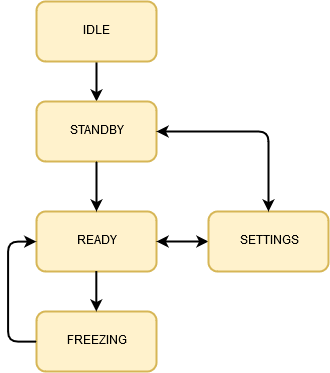
Earlier version of the draw.io export StateMachine.png (adziwinski/StatePattern). Source tidied: cells renumbered, new cells last; positions are measured from the earlier drawing's top-left corner, leaving out a move shared by most shapes. Its diagram source:
```xml
<mxGraphModel>
  <root>
    <mxCell id="0" />
    <mxCell id="1" parent="0" />
    <mxCell id="2" style="edgeStyle=orthogonalEdgeStyle;rounded=0;html=1;jettySize=auto;strokeWidth=2;" parent="1" edge="1" source="3" target="4">
      <mxGeometry relative="1" as="geometry" />
    </mxCell>
    <mxCell id="3" value="IDLE" style="rounded=1;whiteSpace=wrap;html=1;glass=0;strokeWidth=2;fillColor=#fff2cc;strokeColor=#d6b656;" parent="1" vertex="1">
      <mxGeometry x="28" width="120" height="60" as="geometry" />
    </mxCell>
    <mxCell id="4" value="STANDBY" style="rounded=1;whiteSpace=wrap;html=1;glass=0;strokeWidth=2;fillColor=#fff2cc;strokeColor=#d6b656;" parent="1" vertex="1">
      <mxGeometry x="28" y="100" width="120" height="60" as="geometry" />
    </mxCell>
    <mxCell id="5" value="READY" style="rounded=1;whiteSpace=wrap;html=1;glass=0;strokeWidth=2;fillColor=#fff2cc;strokeColor=#d6b656;" parent="1" vertex="1">
      <mxGeometry x="28" y="210" width="120" height="60" as="geometry" />
    </mxCell>
    <mxCell id="6" value="FREEZING" style="rounded=1;whiteSpace=wrap;html=1;glass=0;strokeWidth=2;fillColor=#fff2cc;strokeColor=#d6b656;" parent="1" vertex="1">
      <mxGeometry x="28" y="310" width="120" height="60" as="geometry" />
    </mxCell>
    <mxCell id="7" style="edgeStyle=orthogonalEdgeStyle;rounded=0;html=1;jettySize=auto;strokeWidth=2;exitX=0.5;exitY=1;" parent="1" edge="1" source="5" target="6">
      <mxGeometry relative="1" as="geometry" />
    </mxCell>
    <mxCell id="8" style="edgeStyle=orthogonalEdgeStyle;rounded=1;html=1;entryX=0;entryY=0.5;jettySize=auto;strokeWidth=2;exitX=0;exitY=0.5;exitDx=0;exitDy=0;" parent="1" edge="1" source="6" target="5">
      <mxGeometry relative="1" as="geometry">
        <Array as="points">
          <mxPoint y="340" />
          <mxPoint y="240" />
        </Array>
      </mxGeometry>
    </mxCell>
    <mxCell id="9" style="endArrow=classic;html=1;labelBackgroundColor=none;strokeWidth=2;fontSize=12;entryX=0.5;entryY=0;exitX=0.5;exitY=1;entryDx=0;entryDy=0;exitDx=0;exitDy=0;" parent="1" edge="1" source="4" target="5">
      <mxGeometry relative="1" as="geometry" />
    </mxCell>
    <mxCell id="10" style="edgeStyle=orthogonalEdgeStyle;rounded=0;jettySize=auto;html=1;startArrow=classic;startFill=1;strokeWidth=2;" parent="1" edge="1" source="11" target="5">
      <mxGeometry relative="1" as="geometry" />
    </mxCell>
    <mxCell id="11" value="SETTINGS" style="rounded=1;whiteSpace=wrap;html=1;glass=0;strokeWidth=2;fillColor=#fff2cc;strokeColor=#d6b656;" parent="1" vertex="1">
      <mxGeometry x="200" y="210" width="120" height="60" as="geometry" />
    </mxCell>
    <mxCell id="12" style="endArrow=classic;html=1;labelBackgroundColor=none;strokeWidth=2;fontSize=12;entryX=0.5;entryY=0;exitX=1;exitY=0.5;entryDx=0;entryDy=0;exitDx=0;exitDy=0;startArrow=classic;startFill=1;" parent="1" edge="1" source="4" target="11">
      <mxGeometry relative="1" as="geometry">
        <Array as="points">
          <mxPoint x="260" y="130" />
        </Array>
      </mxGeometry>
    </mxCell>
  </root>
</mxGraphModel>
```
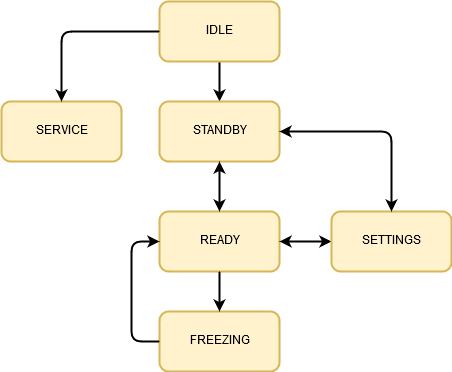
After the commit.

Commit message:
run substate added; readem updated; stste machine diagram redrawn

What changed in the source:
```diff
@@ -28,7 +28,7 @@
         </Array>
       </mxGeometry>
     </mxCell>
-    <mxCell id="9" style="endArrow=classic;html=1;labelBackgroundColor=none;strokeWidth=2;fontSize=12;entryX=0.5;entryY=0;exitX=0.5;exitY=1;entryDx=0;entryDy=0;exitDx=0;exitDy=0;" parent="1" edge="1" source="4" target="5">
+    <mxCell id="9" style="endArrow=classic;html=1;labelBackgroundColor=none;strokeWidth=2;fontSize=12;entryX=0.5;entryY=0;exitX=0.5;exitY=1;entryDx=0;entryDy=0;exitDx=0;exitDy=0;startArrow=classic;startFill=1;" parent="1" edge="1" source="4" target="5">
       <mxGeometry relative="1" as="geometry" />
     </mxCell>
     <mxCell id="10" style="edgeStyle=orthogonalEdgeStyle;rounded=0;jettySize=auto;html=1;startArrow=classic;startFill=1;strokeWidth=2;" parent="1" edge="1" source="11" target="5">
@@ -44,5 +44,15 @@
         </Array>
       </mxGeometry>
     </mxCell>
+    <mxCell id="13" value="SERVICE" style="rounded=1;whiteSpace=wrap;html=1;glass=0;strokeWidth=2;fillColor=#fff2cc;strokeColor=#d6b656;" parent="1" vertex="1">
+      <mxGeometry x="-130" y="100" width="120" height="60" as="geometry" />
+    </mxCell>
+    <mxCell id="14" style="endArrow=none;html=1;labelBackgroundColor=none;strokeWidth=2;fontSize=12;entryX=0;entryY=0.5;exitX=0.5;exitY=0;entryDx=0;entryDy=0;exitDx=0;exitDy=0;startArrow=classic;startFill=1;endFill=0;" parent="1" edge="1" source="13" target="3">
+      <mxGeometry relative="1" as="geometry">
+        <Array as="points">
+          <mxPoint x="-70" y="30" />
+        </Array>
+      </mxGeometry>
+    </mxCell>
   </root>
 </mxGraphModel>
```
